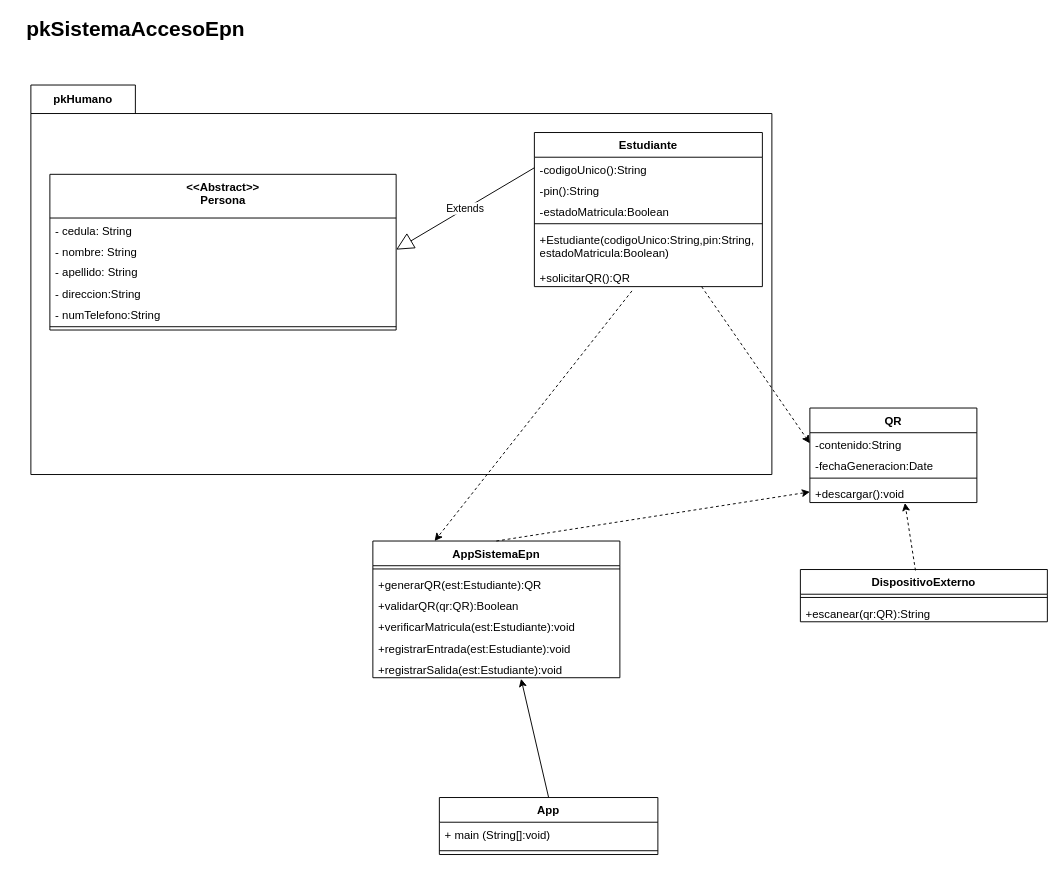
Above: AccesoApp/design/2ClassDiagrama.drawio in Jhanavi128/Sistema_Control_AccesosEPN (draw.io), before the change. Source tidied: cells renumbered, new cells numbered last; positions are measured from the earlier drawing's top-left corner, leaving out a move shared by most shapes. Both pictures are drawn from the tidied source at 95%, with x=0, y=0 at pixel (16, 16).
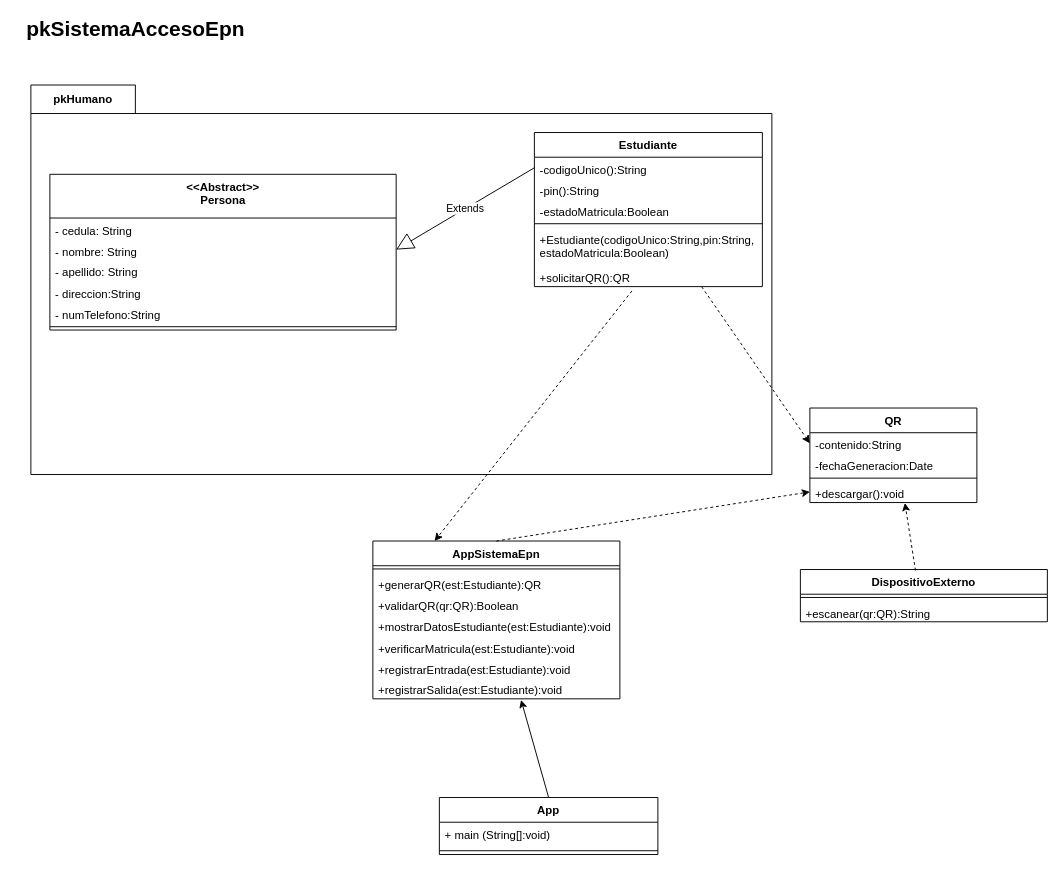
The same page after the edit.

Commit message (it also covers changes not shown here):
Bosquejo Diagrama MER

The edit, as a diff of the source:
```diff
@@
     <mxCell id="25" value="AppSistemaEpn" style="swimlane;fontStyle=1;align=center;verticalAlign=top;horizontal=1;startSize=26;whiteSpace=wrap;html=1;" parent="1" vertex="1">
-      <mxGeometry x="375" y="552" width="260" height="143.9" as="geometry" />
+      <mxGeometry x="375" y="552" width="260" height="166.1" as="geometry" />
     </mxCell>
@@
+    <mxCell id="43" value="+mostrarDatosEstudiante(est:Estudiante):void" style="text;strokeColor=none;fillColor=none;align=left;verticalAlign=top;spacingLeft=4;spacingRight=4;overflow=hidden;whiteSpace=wrap;html=1;" parent="25" vertex="1">
+      <mxGeometry y="77.2" width="260" height="22.2" as="geometry" />
+    </mxCell>
     <mxCell id="29" value="+verificarMatricula(est:Estudiante):void" style="text;strokeColor=none;fillColor=none;align=left;verticalAlign=top;spacingLeft=4;spacingRight=4;overflow=hidden;whiteSpace=wrap;html=1;" parent="25" vertex="1">
-      <mxGeometry y="77.2" width="260" height="22.2" as="geometry" />
+      <mxGeometry y="99.5" width="260" height="22.2" as="geometry" />
     </mxCell>
     <mxCell id="30" value="+registrarEntrada(est:Estudiante):void" style="text;strokeColor=none;fillColor=none;align=left;verticalAlign=top;spacingLeft=4;spacingRight=4;overflow=hidden;whiteSpace=wrap;html=1;" parent="25" vertex="1">
-      <mxGeometry y="99.5" width="260" height="22.2" as="geometry" />
+      <mxGeometry y="121.7" width="260" height="22.2" as="geometry" />
     </mxCell>
     <mxCell id="31" value="+registrarSalida(est:Estudiante):void" style="text;strokeColor=none;fillColor=none;align=left;verticalAlign=top;spacingLeft=4;spacingRight=4;overflow=hidden;points=[[0,0.5],[1,0.5]];portConstraint=eastwest;whiteSpace=wrap;html=1;" parent="25" vertex="1">
-      <mxGeometry y="121.7" width="260" height="22.2" as="geometry" />
+      <mxGeometry y="143.9" width="260" height="22.2" as="geometry" />
     </mxCell>
```
